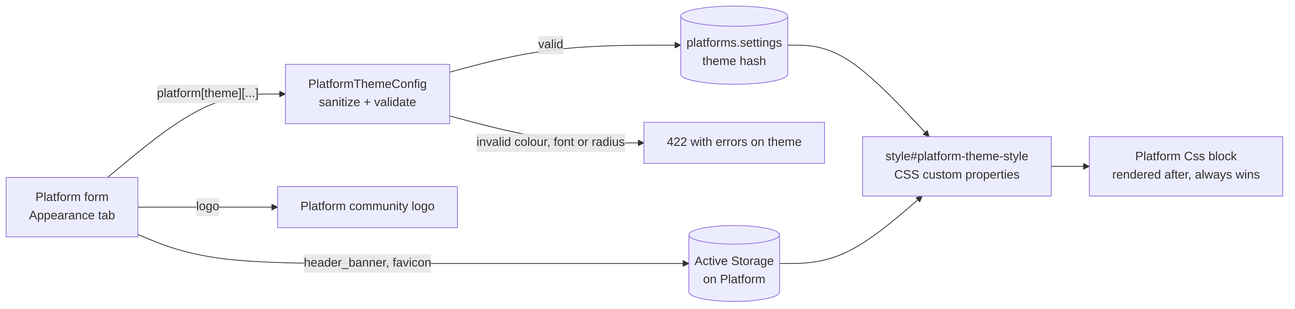
better-together-org/community-engine-rails keeps this Mermaid diagram as docs/diagrams/exports/png/platform_theme_settings_flow.png. Above is the earlier version. Its source is kept beside it as docs/diagrams/source/platform_theme_settings_flow.mmd.
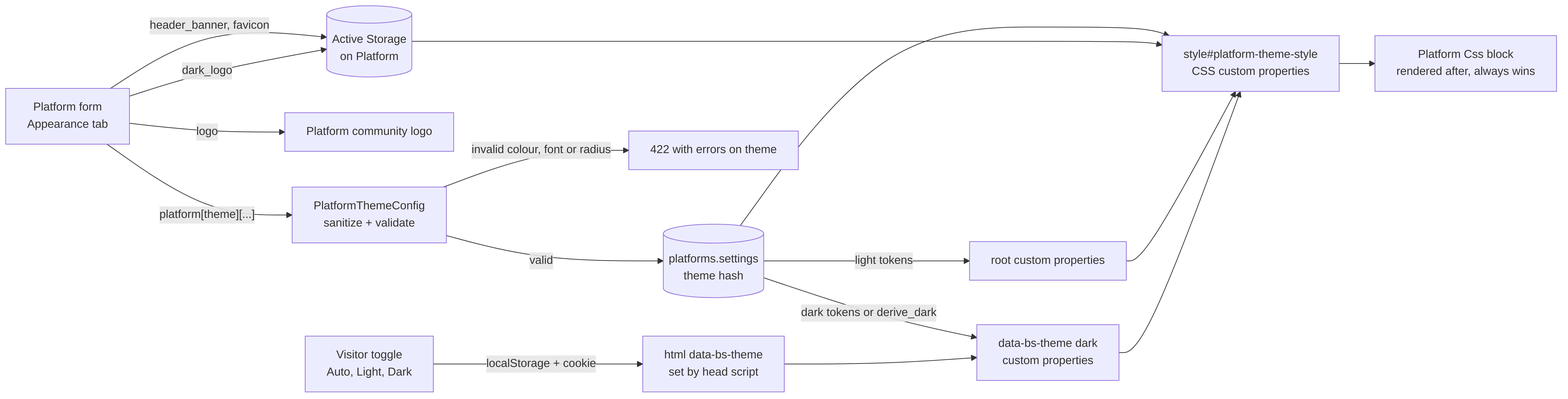
Later version of the same file.

What changed in the source:
```diff
@@ -7,3 +7,10 @@
   Settings --> Style["style#platform-theme-style<br/>CSS custom properties"]
   Attach --> Style
   Style --> Css["Platform Css block<br/>rendered after, always wins"]
+  Settings -->|"light tokens"| Light["root custom properties"]
+  Settings -->|"dark tokens or derive_dark"| Dark["data-bs-theme dark<br/>custom properties"]
+  Light --> Style
+  Dark --> Style
+  Visitor["Visitor toggle<br/>Auto, Light, Dark"] -->|"localStorage + cookie"| Html["html data-bs-theme<br/>set by head script"]
+  Html --> Dark
+  Form -->|"dark_logo"| Attach
```
